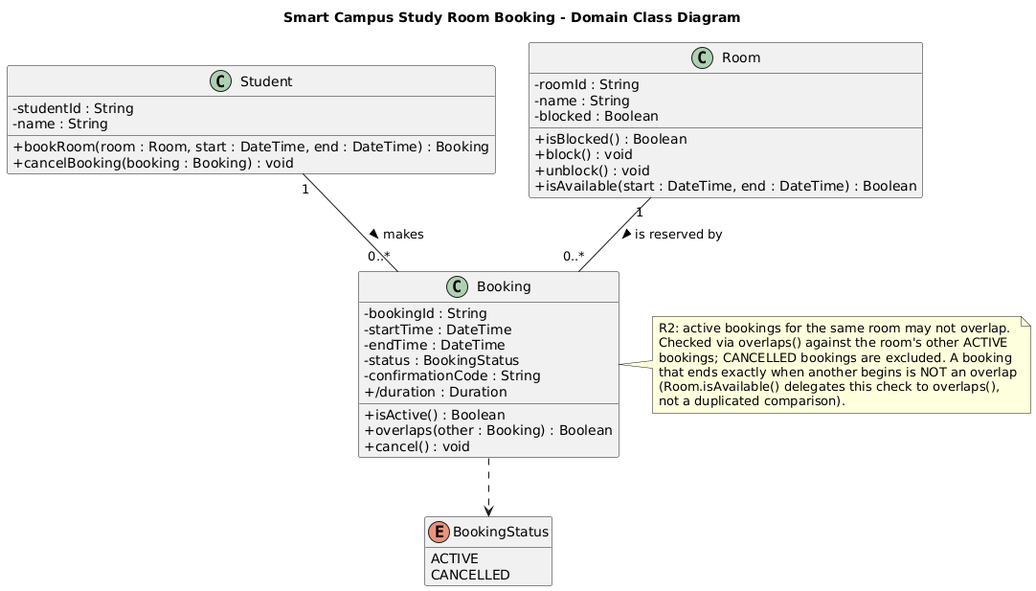
Before: week-04/models/img/class.png, a diagram exported from PlantUML (kuanysh14/se-practice). The source it was exported from:
```plantuml
@startuml
title Smart Campus Study Room Booking - Domain Class Diagram
skinparam classAttributeIconSize 0
hide empty members

class Student {
  - studentId : String
  - name : String
  + bookRoom(room : Room, start : DateTime, end : DateTime) : Booking
  + cancelBooking(booking : Booking) : void
}

class Room {
  - roomId : String
  - name : String
  - blocked : Boolean
  + isBlocked() : Boolean
  + block() : void
  + unblock() : void
  + isAvailable(start : DateTime, end : DateTime) : Boolean
}

class Booking {
  - bookingId : String
  - startTime : DateTime
  - endTime : DateTime
  - status : BookingStatus
  - confirmationCode : String
  + /duration : Duration
  + isActive() : Boolean
  + overlaps(other : Booking) : Boolean
  + cancel() : void
}

enum BookingStatus {
  ACTIVE
  CANCELLED
}

Student "1" -- "0..*" Booking : makes >
Room "1" -- "0..*" Booking : is reserved by >

Booking ..> BookingStatus

note right of Booking
  R2: active bookings for the same room may not overlap.
  Checked via overlaps() against the room's other ACTIVE
  bookings; CANCELLED bookings are excluded. A booking
  that ends exactly when another begins is NOT an overlap
  (Room.isAvailable() delegates this check to overlaps(),
  not a duplicated comparison).
end note
@enduml
```
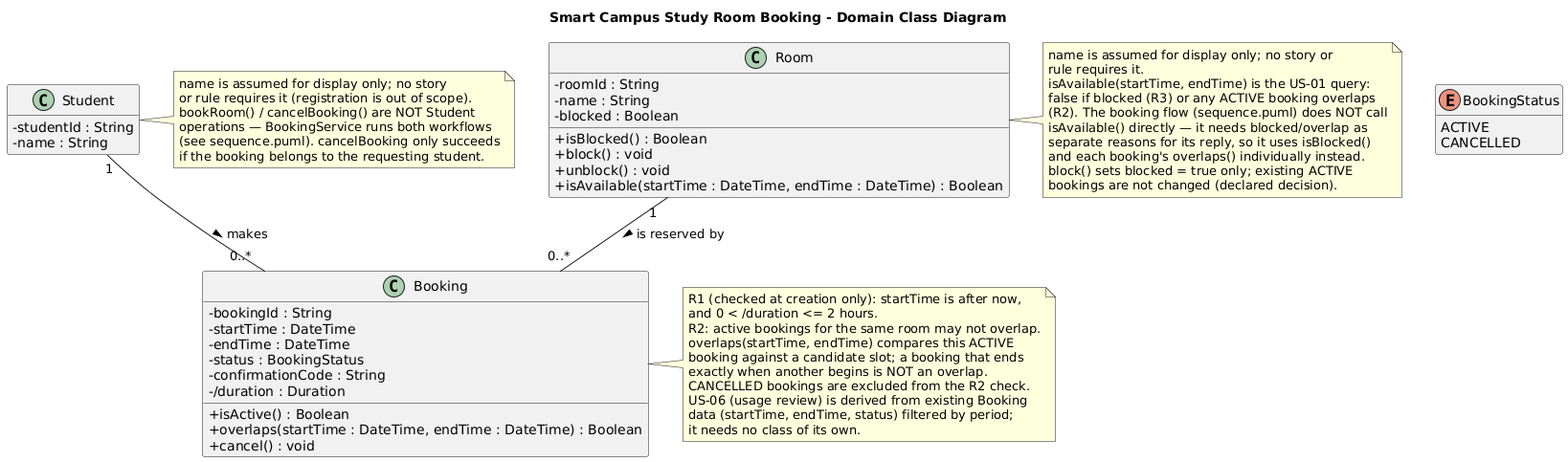
After the commit.

Change to the diagram source:
```diff
@@ -6,8 +6,6 @@
 class Student {
   - studentId : String
   - name : String
-  + bookRoom(room : Room, start : DateTime, end : DateTime) : Booking
-  + cancelBooking(booking : Booking) : void
 }
 
 class Room {
@@ -17,7 +15,7 @@
   + isBlocked() : Boolean
   + block() : void
   + unblock() : void
-  + isAvailable(start : DateTime, end : DateTime) : Boolean
+  + isAvailable(startTime : DateTime, endTime : DateTime) : Boolean
 }
 
 class Booking {
@@ -26,9 +24,9 @@
   - endTime : DateTime
   - status : BookingStatus
   - confirmationCode : String
-  + /duration : Duration
+  - /duration : Duration
   + isActive() : Boolean
-  + overlaps(other : Booking) : Boolean
+  + overlaps(startTime : DateTime, endTime : DateTime) : Boolean
   + cancel() : void
 }
 
@@ -40,14 +38,38 @@
 Student "1" -- "0..*" Booking : makes >
 Room "1" -- "0..*" Booking : is reserved by >
 
-Booking ..> BookingStatus
+note right of Student
+  name is assumed for display only; no story
+  or rule requires it (registration is out of scope).
+  bookRoom() / cancelBooking() are NOT Student
+  operations — BookingService runs both workflows
+  (see sequence.puml). cancelBooking only succeeds
+  if the booking belongs to the requesting student.
+end note
+
+note right of Room
+  name is assumed for display only; no story or
+  rule requires it.
+  isAvailable(startTime, endTime) is the US-01 query:
+  false if blocked (R3) or any ACTIVE booking overlaps
+  (R2). The booking flow (sequence.puml) does NOT call
+  isAvailable() directly — it needs blocked/overlap as
+  separate reasons for its reply, so it uses isBlocked()
+  and each booking's overlaps() individually instead.
+  block() sets blocked = true only; existing ACTIVE
+  bookings are not changed (declared decision).
+end note
 
 note right of Booking
+  R1 (checked at creation only): startTime is after now,
+  and 0 < /duration <= 2 hours.
   R2: active bookings for the same room may not overlap.
-  Checked via overlaps() against the room's other ACTIVE
-  bookings; CANCELLED bookings are excluded. A booking
-  that ends exactly when another begins is NOT an overlap
-  (Room.isAvailable() delegates this check to overlaps(),
-  not a duplicated comparison).
+  overlaps(startTime, endTime) compares this ACTIVE
+  booking against a candidate slot; a booking that ends
+  exactly when another begins is NOT an overlap.
+  CANCELLED bookings are excluded from the R2 check.
+  US-06 (usage review) is derived from existing Booking
+  data (startTime, endTime, status) filtered by period;
+  it needs no class of its own.
 end note
 @enduml
```
